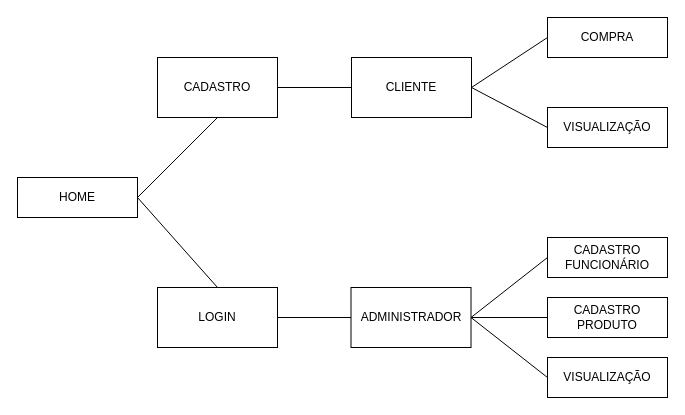
Before: projeto analise.drawio in MatheusKlein/Analise, a draw.io diagram. Source tidied: cells renumbered, new cells numbered last; positions are measured from the earlier drawing's top-left corner, leaving out a move shared by most shapes. Both pictures are drawn from the tidied source at 100%, with x=0, y=0 at pixel (17, 17).
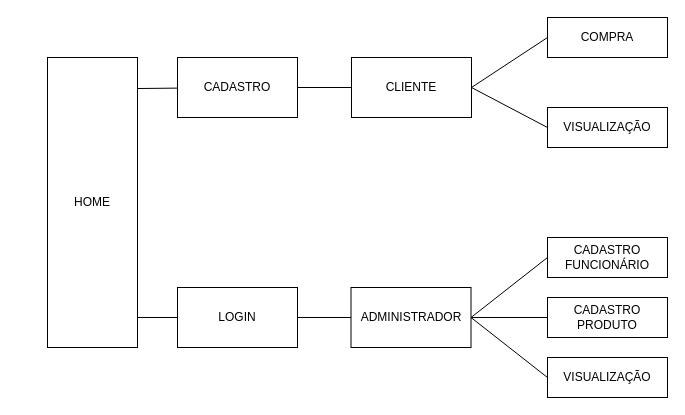
Above is the later version.

Diff of the diagram source:
```diff
@@
     <mxCell id="2" value="HOME" style="rounded=0;whiteSpace=wrap;html=1;" parent="1" vertex="1">
-      <mxGeometry y="160" width="120" height="40" as="geometry" />
+      <mxGeometry x="30" y="40" width="90" height="290" as="geometry" />
     </mxCell>
     <mxCell id="3" value="CADASTRO" style="rounded=0;whiteSpace=wrap;html=1;" parent="1" vertex="1">
-      <mxGeometry x="140" y="40" width="120" height="60" as="geometry" />
+      <mxGeometry x="160" y="40" width="120" height="60" as="geometry" />
     </mxCell>
-    <mxCell id="4" style="endArrow=none;html=1;rounded=0;exitX=1;exitY=0.5;exitDx=0;exitDy=0;entryX=0.5;entryY=1;entryDx=0;entryDy=0;" parent="1" edge="1" source="2" target="3">
+    <mxCell id="4" style="endArrow=none;html=1;rounded=0;exitX=1;exitY=0.107;exitDx=0;exitDy=0;exitPerimeter=0;" parent="1" edge="1" source="2" target="3">
       <mxGeometry relative="1" as="geometry" />
     </mxCell>
     <mxCell id="5" value="LOGIN" style="rounded=0;whiteSpace=wrap;html=1;" parent="1" vertex="1">
-      <mxGeometry x="140" y="270" width="120" height="60" as="geometry" />
+      <mxGeometry x="160" y="270" width="120" height="60" as="geometry" />
     </mxCell>
-    <mxCell id="6" style="endArrow=none;html=1;rounded=0;exitX=1;exitY=0.5;exitDx=0;exitDy=0;entryX=0.5;entryY=0;entryDx=0;entryDy=0;" parent="1" edge="1" source="2" target="5">
-      <mxGeometry relative="1" as="geometry" />
+    <mxCell id="6" style="endArrow=none;html=1;rounded=0;entryX=0;entryY=0.5;entryDx=0;entryDy=0;" parent="1" edge="1" target="5">
+      <mxGeometry relative="1" as="geometry">
+        <mxPoint x="120" y="300" as="sourcePoint" />
+      </mxGeometry>
     </mxCell>
```
